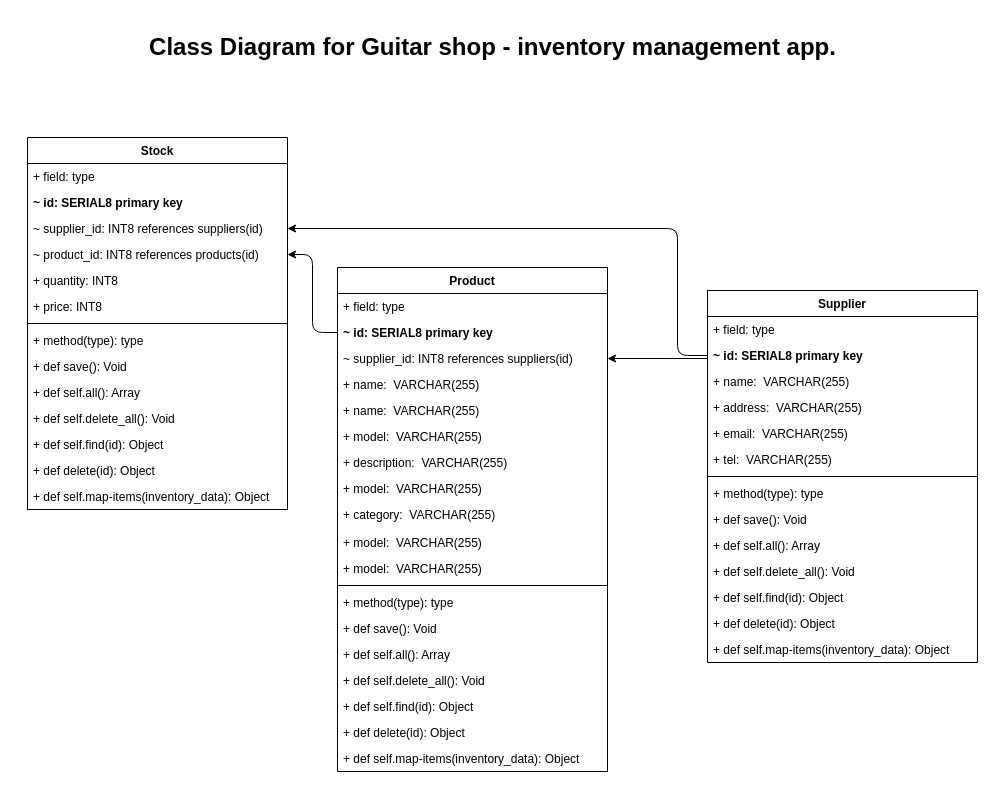
Above: Shop_Inventory_Class_Diagrams.drawio in shwaldemar/sh_code_clan_project_1_ruby_guitar_shop_inventory_app (draw.io), before the change. Source tidied: cells renumbered, new cells numbered last; positions are measured from the earlier drawing's top-left corner, leaving out a move shared by most shapes. Both pictures are drawn from the tidied source at 100%, with x=0, y=0 at pixel (27, 17).
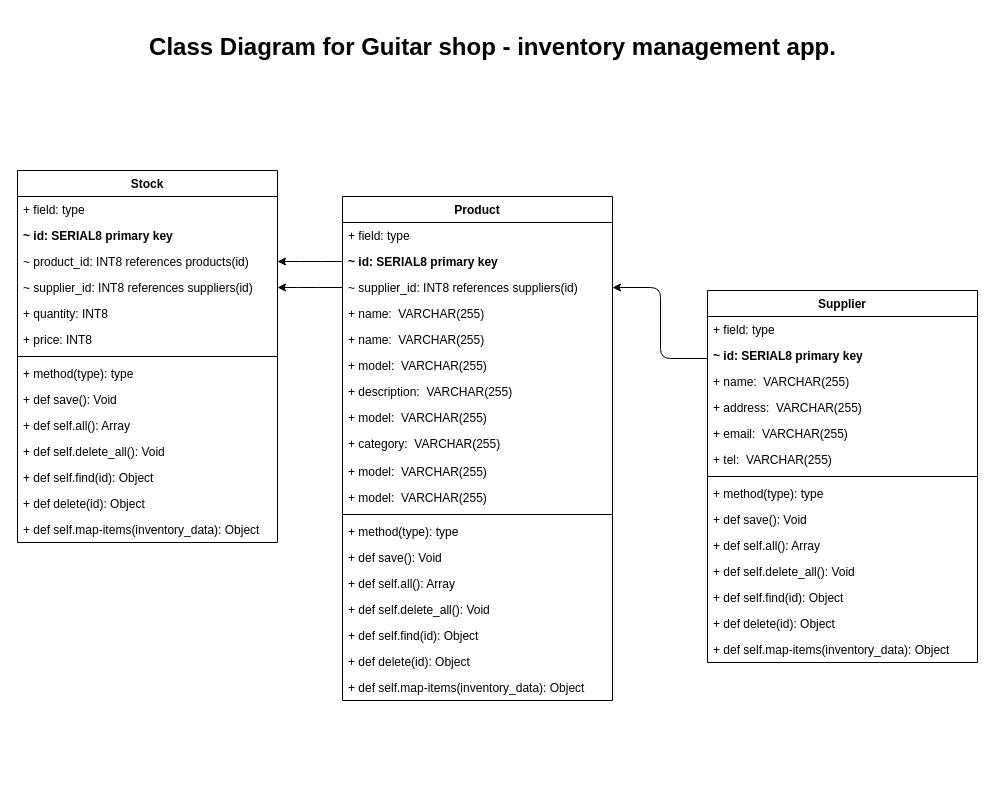
The same diagram, later.

The change refers to these unchanged cells:
```xml
<mxCell id="21" value="~ supplier_id: INT8 references suppliers(id)" style="text;strokeColor=none;fillColor=none;align=left;verticalAlign=top;spacingLeft=4;spacingRight=4;overflow=hidden;points=[[0,0.5],[1,0.5]];portConstraint=eastwest;" parent="18" vertex="1">
  <mxGeometry y="78" width="270" height="26" as="geometry" />
</mxCell>
<mxCell id="41" value="~ id: SERIAL8 primary key " style="text;strokeColor=none;fillColor=none;align=left;verticalAlign=top;spacingLeft=4;spacingRight=4;overflow=hidden;points=[[0,0.5],[1,0.5]];portConstraint=eastwest;fontStyle=1;" parent="39" vertex="1">
  <mxGeometry y="52" width="270" height="26" as="geometry" />
</mxCell>
```

The edit, as a diff of the source:
```diff
@@
     <mxCell id="3" value="Stock" style="swimlane;fontStyle=1;align=center;verticalAlign=top;horizontal=1;startSize=26;" parent="1" vertex="1">
-      <mxGeometry y="120" width="260" height="372" as="geometry" />
+      <mxGeometry x="-10" y="153" width="260" height="372" as="geometry" />
     </mxCell>
@@
+    <mxCell id="7" value="~ product_id: INT8 references products(id)&#10;" style="text;strokeColor=none;fillColor=none;align=left;verticalAlign=top;spacingLeft=4;spacingRight=4;overflow=hidden;points=[[0,0.5],[1,0.5]];portConstraint=eastwest;" parent="3" vertex="1">
+      <mxGeometry y="78" width="260" height="26" as="geometry" />
+    </mxCell>
     <mxCell id="6" value="~ supplier_id: INT8 references suppliers(id)" style="text;strokeColor=none;fillColor=none;align=left;verticalAlign=top;spacingLeft=4;spacingRight=4;overflow=hidden;points=[[0,0.5],[1,0.5]];portConstraint=eastwest;" parent="3" vertex="1">
-      <mxGeometry y="78" width="260" height="26" as="geometry" />
+      <mxGeometry y="104" width="260" height="26" as="geometry" />
     </mxCell>
-    <mxCell id="7" value="~ product_id: INT8 references products(id)&#10;" style="text;strokeColor=none;fillColor=none;align=left;verticalAlign=top;spacingLeft=4;spacingRight=4;overflow=hidden;points=[[0,0.5],[1,0.5]];portConstraint=eastwest;" parent="3" vertex="1">
-      <mxGeometry y="104" width="260" height="26" as="geometry" />
-    </mxCell>
@@
     <mxCell id="18" value="Product" style="swimlane;fontStyle=1;align=center;verticalAlign=top;horizontal=1;startSize=26;" parent="1" vertex="1">
-      <mxGeometry x="310" y="250" width="270" height="504" as="geometry" />
+      <mxGeometry x="315" y="179" width="270" height="504" as="geometry" />
     </mxCell>
@@
-    <mxCell id="55" style="edgeStyle=elbowEdgeStyle;elbow=horizontal;endArrow=classic;html=1;entryX=1;entryY=0.5;entryDx=0;entryDy=0;" parent="1" edge="1" source="41" target="6">
-      <mxGeometry relative="1" as="geometry">
-        <Array as="points">
-          <mxPoint x="650" y="290" />
-        </Array>
-      </mxGeometry>
-    </mxCell>
@@
+    <mxCell id="57" style="edgeStyle=elbowEdgeStyle;elbow=horizontal;endArrow=classic;html=1;exitX=0;exitY=0.5;exitDx=0;exitDy=0;entryX=1;entryY=0.5;entryDx=0;entryDy=0;" parent="1" edge="1" source="21" target="6">
+      <mxGeometry relative="1" as="geometry">
+        <Array as="points">
+          <mxPoint x="280" y="263" />
+        </Array>
+      </mxGeometry>
+    </mxCell>
```
